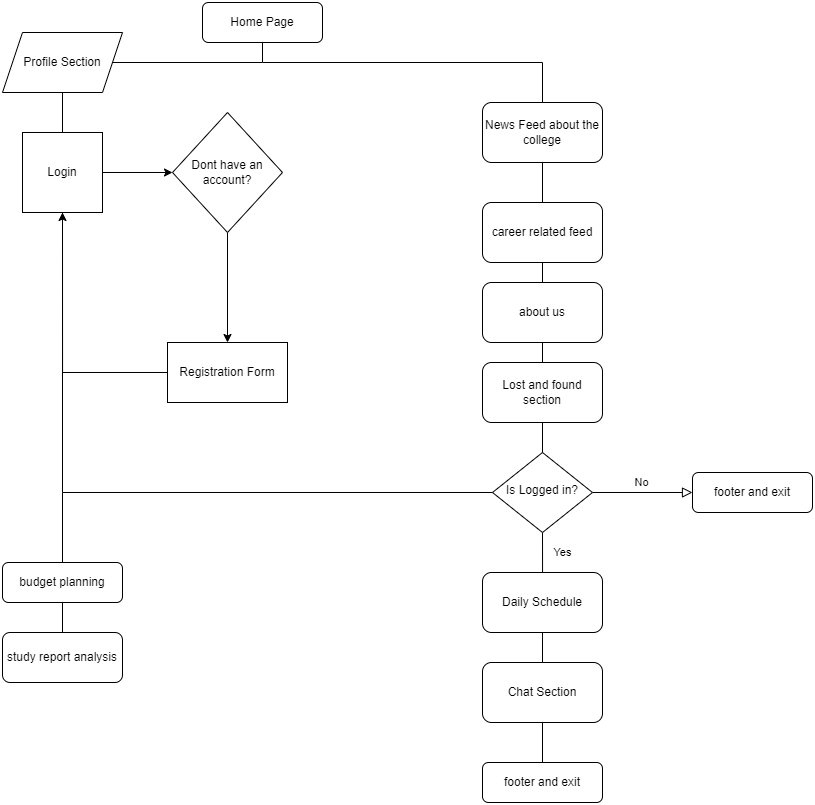
Above: ALFRED flowchart.png in fuzzymfx/SE-project (draw.io), before the change. Source tidied: cells renumbered, new cells last; positions are measured from the earlier drawing's top-left corner, leaving out a move shared by most shapes.
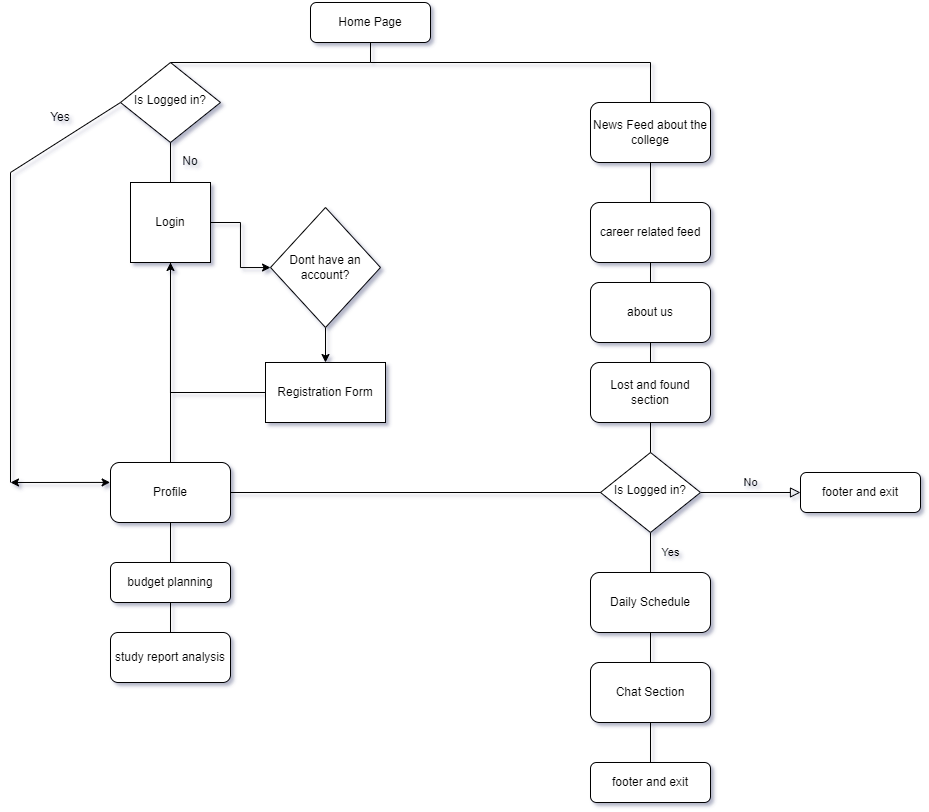
After the commit.

Commit message:
Added final SRS doc & structure chart.png

Change to the diagram source:
```diff
@@ -70,17 +70,15 @@
     <mxCell id="17" value="Lost and found section" style="rounded=1;whiteSpace=wrap;html=1;" parent="1" vertex="1">
       <mxGeometry x="480" y="360" width="120" height="60" as="geometry" />
     </mxCell>
-    <mxCell id="18" style="endArrow=none;html=1;rounded=0;" parent="1" edge="1">
+    <mxCell id="18" style="endArrow=none;html=1;rounded=0;exitX=0.5;exitY=0;exitDx=0;exitDy=0;" parent="1" edge="1" source="42">
       <mxGeometry relative="1" as="geometry">
-        <mxPoint x="70" y="60" as="sourcePoint" />
         <mxPoint x="260" y="60" as="targetPoint" />
       </mxGeometry>
     </mxCell>
-    <mxCell id="19" value="Profile Section" style="shape=parallelogram;perimeter=parallelogramPerimeter;whiteSpace=wrap;html=1;fixedSize=1;" parent="1" vertex="1">
-      <mxGeometry y="30" width="120" height="60" as="geometry" />
-    </mxCell>
-    <mxCell id="20" style="endArrow=none;html=1;rounded=0;entryX=0.5;entryY=1;entryDx=0;entryDy=0;startArrow=none;" parent="1" edge="1" source="31" target="19">
-      <mxGeometry relative="1" as="geometry" />
+    <mxCell id="20" style="endArrow=none;html=1;rounded=0;entryX=0.5;entryY=1;entryDx=0;entryDy=0;startArrow=none;" parent="1" edge="1" source="42">
+      <mxGeometry relative="1" as="geometry">
+        <mxPoint x="60" y="90" as="targetPoint" />
+      </mxGeometry>
     </mxCell>
     <mxCell id="21" style="endArrow=none;html=1;rounded=0;" parent="1" edge="1" target="5">
       <mxGeometry relative="1" as="geometry">
@@ -96,7 +94,7 @@
     <mxCell id="24" style="endArrow=none;html=1;rounded=0;entryX=0.5;entryY=1;entryDx=0;entryDy=0;exitX=0.5;exitY=0;exitDx=0;exitDy=0;" parent="1" edge="1" source="23" target="22">
       <mxGeometry relative="1" as="geometry" />
     </mxCell>
-    <mxCell id="25" style="endArrow=none;html=1;rounded=0;startArrow=none;" parent="1" edge="1" source="27">
+    <mxCell id="25" style="endArrow=none;html=1;rounded=0;startArrow=none;" parent="1" edge="1" source="45">
       <mxGeometry relative="1" as="geometry">
         <mxPoint x="60" y="490" as="targetPoint" />
       </mxGeometry>
@@ -119,24 +117,22 @@
       <mxGeometry relative="1" as="geometry" />
     </mxCell>
     <mxCell id="31" value="Login" style="whiteSpace=wrap;html=1;" parent="1" vertex="1">
-      <mxGeometry x="20" y="130" width="80" height="80" as="geometry" />
+      <mxGeometry x="20" y="180" width="80" height="80" as="geometry" />
     </mxCell>
-    <mxCell id="32" style="endArrow=none;html=1;rounded=0;entryX=0.5;entryY=1;entryDx=0;entryDy=0;" parent="1" edge="1" target="31">
-      <mxGeometry relative="1" as="geometry">
-        <mxPoint x="60" y="490" as="sourcePoint" />
-      </mxGeometry>
+    <mxCell id="32" style="endArrow=none;html=1;rounded=0;entryX=0.5;entryY=1;entryDx=0;entryDy=0;startArrow=none;" parent="1" edge="1" source="45" target="31">
+      <mxGeometry relative="1" as="geometry" />
     </mxCell>
     <mxCell id="33" style="edgeStyle=orthogonalEdgeStyle;rounded=0;jettySize=auto;html=1;" parent="1" edge="1" source="34" target="36">
       <mxGeometry relative="1" as="geometry" />
     </mxCell>
     <mxCell id="34" value="Dont have an account?" style="rhombus;whiteSpace=wrap;html=1;" parent="1" vertex="1">
-      <mxGeometry x="170" y="110" width="110" height="120" as="geometry" />
+      <mxGeometry x="160" y="205" width="110" height="120" as="geometry" />
     </mxCell>
     <mxCell id="35" style="edgeStyle=orthogonalEdgeStyle;rounded=0;jettySize=auto;html=1;entryX=0.5;entryY=1;entryDx=0;entryDy=0;" parent="1" edge="1" source="36" target="31">
       <mxGeometry relative="1" as="geometry" />
     </mxCell>
     <mxCell id="36" value="Registration Form" style="whiteSpace=wrap;html=1;" parent="1" vertex="1">
-      <mxGeometry x="165" y="340" width="120" height="60" as="geometry" />
+      <mxGeometry x="155" y="360" width="120" height="60" as="geometry" />
     </mxCell>
     <mxCell id="37" value="footer and exit" style="rounded=1;whiteSpace=wrap;html=1;fontSize=12;glass=0;strokeWidth=1;shadow=0;" parent="1" vertex="1">
       <mxGeometry x="480" y="760" width="120" height="40" as="geometry" />
@@ -146,5 +142,39 @@
         <mxPoint x="540" y="720" as="targetPoint" />
       </mxGeometry>
     </mxCell>
+    <mxCell id="39" value="No" style="text;html=1;strokeColor=none;fillColor=none;align=center;verticalAlign=middle;whiteSpace=wrap;rounded=0;" parent="1" vertex="1">
+      <mxGeometry x="50" y="144" width="60" height="30" as="geometry" />
+    </mxCell>
+    <mxCell id="40" style="endArrow=none;html=1;rounded=0;entryX=0;entryY=0.5;entryDx=0;entryDy=0;" parent="1" edge="1" target="42">
+      <mxGeometry relative="1" as="geometry">
+        <mxPoint x="-100" y="170" as="sourcePoint" />
+      </mxGeometry>
+    </mxCell>
+    <mxCell id="41" style="endArrow=none;html=1;rounded=0;" parent="1" edge="1">
+      <mxGeometry relative="1" as="geometry">
+        <mxPoint x="-100" y="480" as="sourcePoint" />
+        <mxPoint x="-100" y="170" as="targetPoint" />
+      </mxGeometry>
+    </mxCell>
+    <mxCell id="42" value="Is Logged in?" style="rhombus;whiteSpace=wrap;html=1;shadow=0;fontFamily=Helvetica;fontSize=12;align=center;strokeWidth=1;spacing=6;spacingTop=-4;" parent="1" vertex="1">
+      <mxGeometry x="10" y="60" width="100" height="80" as="geometry" />
+    </mxCell>
+    <mxCell id="43" style="endArrow=none;html=1;rounded=0;entryX=0.5;entryY=1;entryDx=0;entryDy=0;startArrow=none;" parent="1" edge="1" source="31" target="42">
+      <mxGeometry relative="1" as="geometry" />
+    </mxCell>
+    <mxCell id="44" style="endArrow=classic;startArrow=classic;html=1;rounded=0;entryX=-0.003;entryY=0.332;entryDx=0;entryDy=0;entryPerimeter=0;" parent="1" edge="1" target="45">
+      <mxGeometry relative="1" as="geometry">
+        <mxPoint x="-100" y="480" as="sourcePoint" />
+      </mxGeometry>
+    </mxCell>
+    <mxCell id="45" value="Profile" style="rounded=1;whiteSpace=wrap;html=1;" parent="1" vertex="1">
+      <mxGeometry y="460" width="120" height="60" as="geometry" />
+    </mxCell>
+    <mxCell id="46" style="endArrow=none;html=1;rounded=0;startArrow=none;" parent="1" edge="1" source="27" target="45">
+      <mxGeometry relative="1" as="geometry" />
+    </mxCell>
+    <mxCell id="47" value="Yes" style="text;html=1;strokeColor=none;fillColor=none;align=center;verticalAlign=middle;whiteSpace=wrap;rounded=0;" parent="1" vertex="1">
+      <mxGeometry x="-80" y="100" width="60" height="30" as="geometry" />
+    </mxCell>
   </root>
 </mxGraphModel>
```
